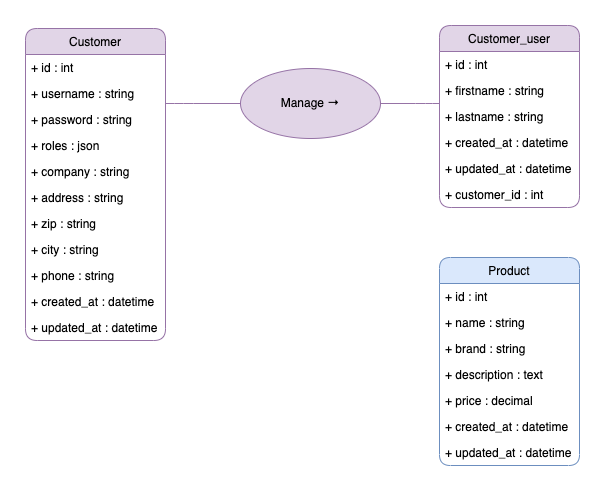
This is UML/03-MCD.png from teddylelong/openclassrooms-p7, a draw.io export, as it was before one commit. Source tidied: cells renumbered, new cells last; positions are measured from the earlier drawing's top-left corner, leaving out a move shared by most shapes. The source it was exported from:
```xml
<mxGraphModel>
  <root>
    <mxCell id="0" />
    <mxCell id="1" parent="0" />
    <mxCell id="2" value="Product" style="swimlane;fontStyle=0;horizontal=1;startSize=26;fillColor=#dae8fc;rounded=1;shadow=0;glass=0;strokeColor=#6c8ebf;arcSize=14;" parent="1" vertex="1">
      <mxGeometry x="414" y="232" width="140" height="208" as="geometry" />
    </mxCell>
    <mxCell id="3" value="+ id : int" style="text;strokeColor=none;fillColor=none;align=left;verticalAlign=top;spacingLeft=4;spacingRight=4;overflow=hidden;rounded=1;" parent="2" vertex="1">
      <mxGeometry y="26" width="140" height="26" as="geometry" />
    </mxCell>
    <mxCell id="4" value="+ name : string" style="text;strokeColor=none;fillColor=none;align=left;verticalAlign=top;spacingLeft=4;spacingRight=4;overflow=hidden;rounded=1;" parent="2" vertex="1">
      <mxGeometry y="52" width="140" height="26" as="geometry" />
    </mxCell>
    <mxCell id="5" value="+ brand : string" style="text;strokeColor=none;fillColor=none;align=left;verticalAlign=top;spacingLeft=4;spacingRight=4;overflow=hidden;rounded=1;" parent="2" vertex="1">
      <mxGeometry y="78" width="140" height="26" as="geometry" />
    </mxCell>
    <mxCell id="6" value="+ description : text" style="text;strokeColor=none;fillColor=none;align=left;verticalAlign=top;spacingLeft=4;spacingRight=4;overflow=hidden;rounded=1;" parent="2" vertex="1">
      <mxGeometry y="104" width="140" height="26" as="geometry" />
    </mxCell>
    <mxCell id="7" value="+ price : decimal" style="text;strokeColor=none;fillColor=none;align=left;verticalAlign=top;spacingLeft=4;spacingRight=4;overflow=hidden;rounded=1;" parent="2" vertex="1">
      <mxGeometry y="130" width="140" height="26" as="geometry" />
    </mxCell>
    <mxCell id="8" value="+ created_at : datetime" style="text;strokeColor=none;fillColor=none;align=left;verticalAlign=top;spacingLeft=4;spacingRight=4;overflow=hidden;rounded=1;" parent="2" vertex="1">
      <mxGeometry y="156" width="140" height="26" as="geometry" />
    </mxCell>
    <mxCell id="9" value="+ updated_at : datetime" style="text;strokeColor=none;fillColor=none;align=left;verticalAlign=top;spacingLeft=4;spacingRight=4;overflow=hidden;rounded=1;" parent="2" vertex="1">
      <mxGeometry y="182" width="140" height="26" as="geometry" />
    </mxCell>
    <mxCell id="10" value="Customer" style="swimlane;fontStyle=0;horizontal=1;startSize=26;fillColor=#e1d5e7;rounded=1;shadow=0;glass=0;strokeColor=#9673a6;" parent="1" vertex="1">
      <mxGeometry y="3" width="140" height="312" as="geometry" />
    </mxCell>
    <mxCell id="11" value="+ id : int" style="text;strokeColor=none;fillColor=none;align=left;verticalAlign=top;spacingLeft=4;spacingRight=4;overflow=hidden;rounded=1;" parent="10" vertex="1">
      <mxGeometry y="26" width="140" height="26" as="geometry" />
    </mxCell>
    <mxCell id="12" value="+ username : string" style="text;strokeColor=none;fillColor=none;align=left;verticalAlign=top;spacingLeft=4;spacingRight=4;overflow=hidden;rounded=1;" parent="10" vertex="1">
      <mxGeometry y="52" width="140" height="26" as="geometry" />
    </mxCell>
    <mxCell id="13" value="+ password : string" style="text;strokeColor=none;fillColor=none;align=left;verticalAlign=top;spacingLeft=4;spacingRight=4;overflow=hidden;rounded=1;" parent="10" vertex="1">
      <mxGeometry y="78" width="140" height="26" as="geometry" />
    </mxCell>
    <mxCell id="14" value="+ roles : json" style="text;strokeColor=none;fillColor=none;align=left;verticalAlign=top;spacingLeft=4;spacingRight=4;overflow=hidden;rounded=1;" parent="10" vertex="1">
      <mxGeometry y="104" width="140" height="26" as="geometry" />
    </mxCell>
    <mxCell id="15" value="+ company : string" style="text;strokeColor=none;fillColor=none;align=left;verticalAlign=top;spacingLeft=4;spacingRight=4;overflow=hidden;rounded=1;" parent="10" vertex="1">
      <mxGeometry y="130" width="140" height="26" as="geometry" />
    </mxCell>
    <mxCell id="16" value="+ address : string" style="text;strokeColor=none;fillColor=none;align=left;verticalAlign=top;spacingLeft=4;spacingRight=4;overflow=hidden;rounded=1;" parent="10" vertex="1">
      <mxGeometry y="156" width="140" height="26" as="geometry" />
    </mxCell>
    <mxCell id="17" value="+ zip : string" style="text;strokeColor=none;fillColor=none;align=left;verticalAlign=top;spacingLeft=4;spacingRight=4;overflow=hidden;rounded=1;" parent="10" vertex="1">
      <mxGeometry y="182" width="140" height="26" as="geometry" />
    </mxCell>
    <mxCell id="18" value="+ city : string" style="text;strokeColor=none;fillColor=none;align=left;verticalAlign=top;spacingLeft=4;spacingRight=4;overflow=hidden;rounded=1;" parent="10" vertex="1">
      <mxGeometry y="208" width="140" height="26" as="geometry" />
    </mxCell>
    <mxCell id="19" value="+ phone : string" style="text;strokeColor=none;fillColor=none;align=left;verticalAlign=top;spacingLeft=4;spacingRight=4;overflow=hidden;rounded=1;" parent="10" vertex="1">
      <mxGeometry y="234" width="140" height="26" as="geometry" />
    </mxCell>
    <mxCell id="20" value="+ created_at : datetime" style="text;strokeColor=none;fillColor=none;align=left;verticalAlign=top;spacingLeft=4;spacingRight=4;overflow=hidden;rounded=1;" parent="10" vertex="1">
      <mxGeometry y="260" width="140" height="26" as="geometry" />
    </mxCell>
    <mxCell id="21" value="+ updated_at : datetime" style="text;strokeColor=none;fillColor=none;align=left;verticalAlign=top;spacingLeft=4;spacingRight=4;overflow=hidden;rounded=1;" parent="10" vertex="1">
      <mxGeometry y="286" width="140" height="26" as="geometry" />
    </mxCell>
    <mxCell id="22" value="Customer_user" style="swimlane;fontStyle=0;horizontal=1;startSize=26;fillColor=#e1d5e7;rounded=1;shadow=0;glass=0;strokeColor=#9673a6;" parent="1" vertex="1">
      <mxGeometry x="414" width="140" height="182" as="geometry" />
    </mxCell>
    <mxCell id="23" value="+ id : int" style="text;strokeColor=none;fillColor=none;align=left;verticalAlign=top;spacingLeft=4;spacingRight=4;overflow=hidden;rounded=1;" parent="22" vertex="1">
      <mxGeometry y="26" width="140" height="26" as="geometry" />
    </mxCell>
    <mxCell id="24" value="+ firstname : string" style="text;strokeColor=none;fillColor=none;align=left;verticalAlign=top;spacingLeft=4;spacingRight=4;overflow=hidden;rounded=1;" parent="22" vertex="1">
      <mxGeometry y="52" width="140" height="26" as="geometry" />
    </mxCell>
    <mxCell id="25" value="+ lastname : string" style="text;strokeColor=none;fillColor=none;align=left;verticalAlign=top;spacingLeft=4;spacingRight=4;overflow=hidden;rounded=1;" parent="22" vertex="1">
      <mxGeometry y="78" width="140" height="26" as="geometry" />
    </mxCell>
    <mxCell id="26" value="+ created_at : datetime" style="text;strokeColor=none;fillColor=none;align=left;verticalAlign=top;spacingLeft=4;spacingRight=4;overflow=hidden;rounded=1;" parent="22" vertex="1">
      <mxGeometry y="104" width="140" height="26" as="geometry" />
    </mxCell>
    <mxCell id="27" value="+ updated_at : datetime" style="text;strokeColor=none;fillColor=none;align=left;verticalAlign=top;spacingLeft=4;spacingRight=4;overflow=hidden;rounded=1;" parent="22" vertex="1">
      <mxGeometry y="130" width="140" height="26" as="geometry" />
    </mxCell>
    <mxCell id="28" value="+ customer_id : int" style="text;strokeColor=none;fillColor=none;align=left;verticalAlign=top;spacingLeft=4;spacingRight=4;overflow=hidden;rounded=1;" parent="22" vertex="1">
      <mxGeometry y="156" width="140" height="26" as="geometry" />
    </mxCell>
    <mxCell id="29" style="edgeStyle=orthogonalEdgeStyle;rounded=1;jettySize=auto;html=1;exitX=0;exitY=0.5;exitDx=0;exitDy=0;endArrow=none;endFill=0;fillColor=#e1d5e7;strokeColor=#9673a6;" parent="1" edge="1" source="31" target="10">
      <mxGeometry relative="1" as="geometry">
        <Array as="points">
          <mxPoint x="158" y="78" />
          <mxPoint x="158" y="78" />
        </Array>
      </mxGeometry>
    </mxCell>
    <mxCell id="30" style="edgeStyle=orthogonalEdgeStyle;rounded=1;jettySize=auto;html=1;exitX=1;exitY=0.5;exitDx=0;exitDy=0;endArrow=none;endFill=0;fillColor=#e1d5e7;strokeColor=#9673a6;" parent="1" edge="1" source="31" target="22">
      <mxGeometry relative="1" as="geometry">
        <Array as="points">
          <mxPoint x="400" y="78" />
          <mxPoint x="400" y="78" />
        </Array>
      </mxGeometry>
    </mxCell>
    <mxCell id="31" value="Manage →" style="ellipse;whiteSpace=wrap;html=1;rounded=1;shadow=0;glass=0;fillColor=#e1d5e7;strokeColor=#9673a6;" parent="1" vertex="1">
      <mxGeometry x="215" y="43" width="140" height="70" as="geometry" />
    </mxCell>
  </root>
</mxGraphModel>
```
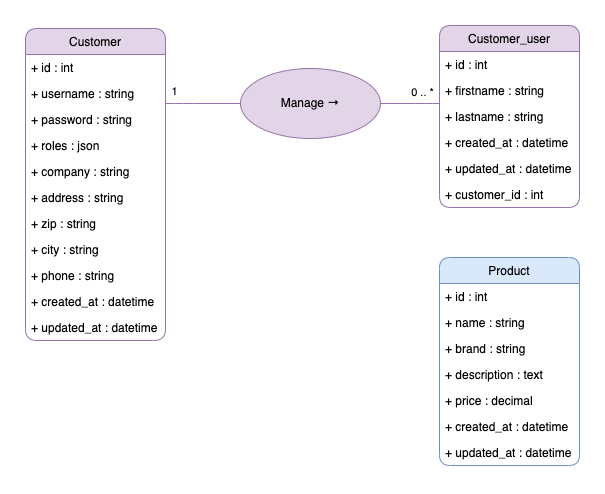
The same diagram one commit later.

Commit message:
docs: updated UML/MCD & README.md

Diff of the diagram source:
```diff
@@ -91,6 +91,11 @@
         </Array>
       </mxGeometry>
     </mxCell>
+    <mxCell id="32" value="1" style="edgeLabel;html=1;align=center;verticalAlign=middle;" parent="29" vertex="1">
+      <mxGeometry x="0.63" y="-3" relative="1" as="geometry">
+        <mxPoint x="-6" y="-10" as="offset" />
+      </mxGeometry>
+    </mxCell>
     <mxCell id="30" style="edgeStyle=orthogonalEdgeStyle;rounded=1;jettySize=auto;html=1;exitX=1;exitY=0.5;exitDx=0;exitDy=0;endArrow=none;endFill=0;fillColor=#e1d5e7;strokeColor=#9673a6;" parent="1" edge="1" source="31" target="22">
       <mxGeometry relative="1" as="geometry">
         <Array as="points">
@@ -99,6 +104,11 @@
         </Array>
       </mxGeometry>
     </mxCell>
+    <mxCell id="33" value="0 .. *" style="edgeLabel;html=1;align=center;verticalAlign=middle;" parent="30" vertex="1">
+      <mxGeometry x="0.32" relative="1" as="geometry">
+        <mxPoint x="2" y="-12" as="offset" />
+      </mxGeometry>
+    </mxCell>
     <mxCell id="31" value="Manage →" style="ellipse;whiteSpace=wrap;html=1;rounded=1;shadow=0;glass=0;fillColor=#e1d5e7;strokeColor=#9673a6;" parent="1" vertex="1">
       <mxGeometry x="215" y="43" width="140" height="70" as="geometry" />
     </mxCell>
```
